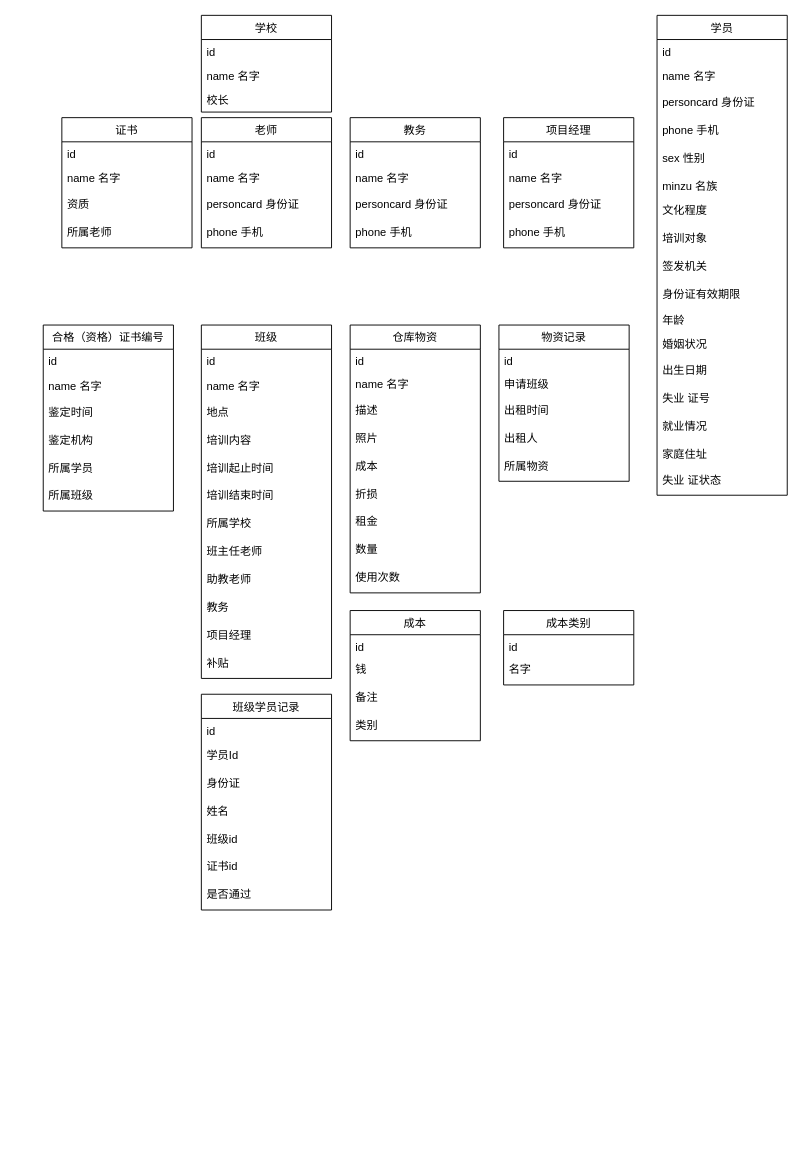
The draw.io diagram 学校数据关系.drawio in ayolyy/draw, before the edit. Source tidied: cells renumbered, new cells numbered last; positions are measured from the earlier drawing's top-left corner, leaving out a move shared by most shapes. Both pictures are drawn from the tidied source at 93%, with x=0, y=0 at pixel (43, 15).
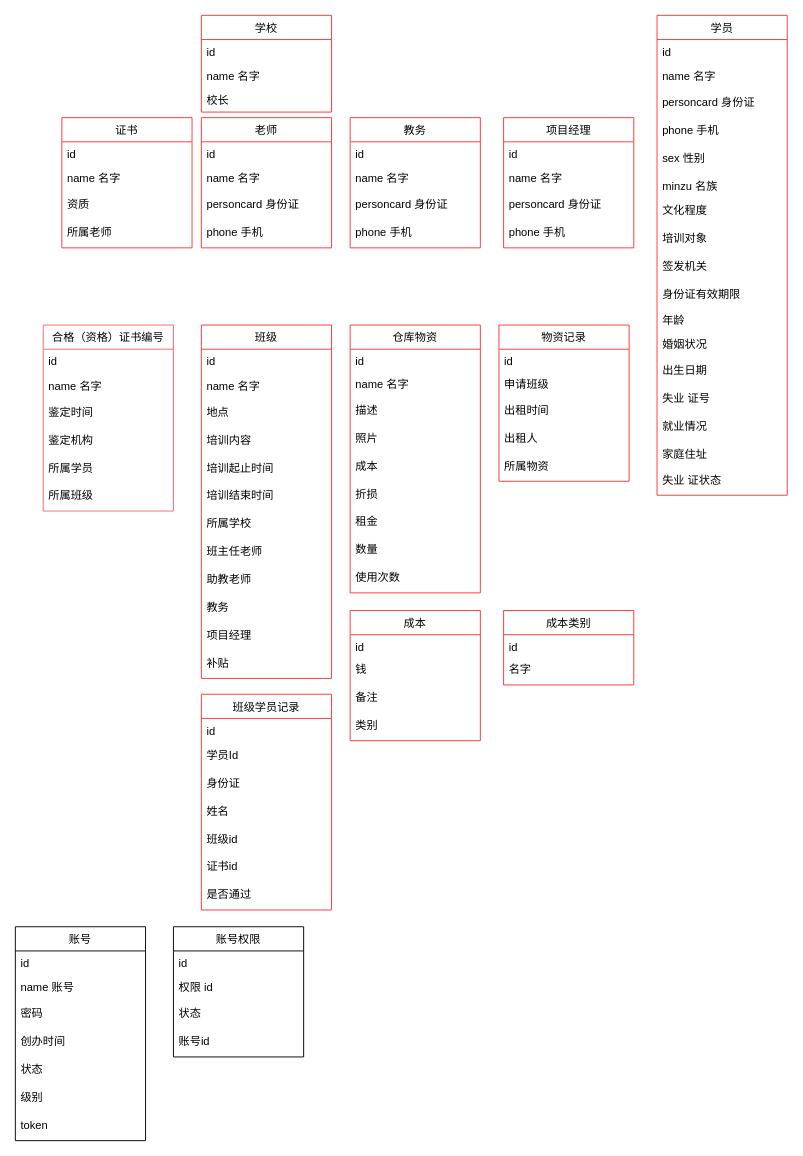
After the change.

Commit message:
更新学校数据关系.drawio

Change to the diagram source:
```diff
@@
-    <mxCell id="2" value="学校" style="swimlane;fontStyle=0;horizontal=1;startSize=26;fillColor=none;" parent="1" vertex="1">
+    <mxCell id="2" value="学校" style="swimlane;fontStyle=0;horizontal=1;startSize=26;fillColor=none;strokeColor=#FF3333;" parent="1" vertex="1">
       <mxGeometry x="170" width="140" height="104" as="geometry" />
     </mxCell>
@@
-    <mxCell id="6" value="老师" style="swimlane;fontStyle=0;horizontal=1;startSize=26;fillColor=none;" parent="1" vertex="1">
+    <mxCell id="6" value="老师" style="swimlane;fontStyle=0;horizontal=1;startSize=26;fillColor=none;strokeColor=#FF3333;" parent="1" vertex="1">
       <mxGeometry x="170" y="110" width="140" height="140" as="geometry" />
     </mxCell>
@@
-    <mxCell id="11" value="教务" style="swimlane;fontStyle=0;horizontal=1;startSize=26;fillColor=none;" parent="1" vertex="1">
+    <mxCell id="11" value="教务" style="swimlane;fontStyle=0;horizontal=1;startSize=26;fillColor=none;strokeColor=#FF3333;" parent="1" vertex="1">
       <mxGeometry x="330" y="110" width="140" height="140" as="geometry" />
     </mxCell>
@@
-    <mxCell id="16" value="学员" style="swimlane;fontStyle=0;horizontal=1;startSize=26;fillColor=none;" parent="1" vertex="1">
+    <mxCell id="16" value="学员" style="swimlane;fontStyle=0;horizontal=1;startSize=26;fillColor=none;strokeColor=#FF3333;" parent="1" vertex="1">
       <mxGeometry x="660" width="140" height="516" as="geometry" />
     </mxCell>
@@
-    <mxCell id="34" value="合格（资格）证书编号" style="swimlane;fontStyle=0;horizontal=1;startSize=26;fillColor=none;" parent="1" vertex="1">
+    <mxCell id="34" value="合格（资格）证书编号" style="swimlane;fontStyle=0;horizontal=1;startSize=26;fillColor=none;strokeColor=#FF6666;" parent="1" vertex="1">
       <mxGeometry y="333" width="140" height="200" as="geometry" />
     </mxCell>
@@
-    <mxCell id="41" value="项目经理" style="swimlane;fontStyle=0;horizontal=1;startSize=26;fillColor=none;" parent="1" vertex="1">
+    <mxCell id="41" value="项目经理" style="swimlane;fontStyle=0;horizontal=1;startSize=26;fillColor=none;strokeColor=#FF3333;" parent="1" vertex="1">
       <mxGeometry x="495" y="110" width="140" height="140" as="geometry" />
     </mxCell>
@@
-    <mxCell id="46" value="班级" style="swimlane;fontStyle=0;horizontal=1;startSize=26;fillColor=none;" parent="1" vertex="1">
+    <mxCell id="46" value="班级" style="swimlane;fontStyle=0;horizontal=1;startSize=26;fillColor=none;strokeColor=#FF3333;" parent="1" vertex="1">
       <mxGeometry x="170" y="333" width="140" height="380" as="geometry" />
     </mxCell>
@@
-    <mxCell id="59" value="仓库物资" style="swimlane;fontStyle=0;horizontal=1;startSize=26;fillColor=none;" parent="1" vertex="1">
+    <mxCell id="59" value="仓库物资" style="swimlane;fontStyle=0;horizontal=1;startSize=26;fillColor=none;strokeColor=#FF3333;" parent="1" vertex="1">
       <mxGeometry x="330" y="333" width="140" height="288" as="geometry" />
     </mxCell>
@@
-    <mxCell id="69" value="物资记录" style="swimlane;fontStyle=0;horizontal=1;startSize=26;fillColor=none;" parent="1" vertex="1">
+    <mxCell id="69" value="物资记录" style="swimlane;fontStyle=0;horizontal=1;startSize=26;fillColor=none;strokeColor=#FF3333;" parent="1" vertex="1">
       <mxGeometry x="490" y="333" width="140" height="168" as="geometry" />
     </mxCell>
@@
-    <mxCell id="75" value="成本" style="swimlane;fontStyle=0;horizontal=1;startSize=26;fillColor=none;" parent="1" vertex="1">
+    <mxCell id="75" value="成本" style="swimlane;fontStyle=0;horizontal=1;startSize=26;fillColor=none;strokeColor=#FF3333;" parent="1" vertex="1">
       <mxGeometry x="330" y="640" width="140" height="140" as="geometry" />
     </mxCell>
@@
-    <mxCell id="80" value="成本类别" style="swimlane;fontStyle=0;horizontal=1;startSize=26;fillColor=none;" parent="1" vertex="1">
+    <mxCell id="80" value="成本类别" style="swimlane;fontStyle=0;horizontal=1;startSize=26;fillColor=none;strokeColor=#FF3333;" parent="1" vertex="1">
       <mxGeometry x="495" y="640" width="140" height="80" as="geometry" />
     </mxCell>
@@
-    <mxCell id="83" value="班级学员记录" style="swimlane;fontStyle=0;horizontal=1;startSize=26;fillColor=none;" parent="1" vertex="1">
+    <mxCell id="83" value="班级学员记录" style="swimlane;fontStyle=0;horizontal=1;startSize=26;fillColor=none;strokeColor=#FF3333;" parent="1" vertex="1">
       <mxGeometry x="170" y="730" width="140" height="232" as="geometry" />
     </mxCell>
@@
-    <mxCell id="91" value="证书" style="swimlane;fontStyle=0;horizontal=1;startSize=26;fillColor=none;" parent="1" vertex="1">
+    <mxCell id="91" value="证书" style="swimlane;fontStyle=0;horizontal=1;startSize=26;fillColor=none;strokeColor=#FF3333;" parent="1" vertex="1">
       <mxGeometry x="20" y="110" width="140" height="140" as="geometry" />
     </mxCell>
@@
+    <mxCell id="96" value="账号" style="swimlane;fontStyle=0;horizontal=1;startSize=26;fillColor=none;" parent="1" vertex="1">
+      <mxGeometry x="-30" y="980" width="140" height="230" as="geometry" />
+    </mxCell>
+    <mxCell id="97" value="id" style="text;strokeColor=none;fillColor=none;align=left;verticalAlign=top;spacingLeft=4;spacingRight=4;overflow=hidden;" parent="96" vertex="1">
+      <mxGeometry y="26" width="140" height="26" as="geometry" />
+    </mxCell>
+    <mxCell id="98" value="name 账号" style="text;strokeColor=none;fillColor=none;align=left;verticalAlign=top;spacingLeft=4;spacingRight=4;overflow=hidden;" parent="96" vertex="1">
+      <mxGeometry y="52" width="140" height="28" as="geometry" />
+    </mxCell>
+    <mxCell id="99" value="密码" style="text;strokeColor=none;fillColor=none;align=left;verticalAlign=top;spacingLeft=4;spacingRight=4;overflow=hidden;" parent="96" vertex="1">
+      <mxGeometry y="80" width="140" height="30" as="geometry" />
+    </mxCell>
+    <mxCell id="100" value="创办时间" style="text;strokeColor=none;fillColor=none;align=left;verticalAlign=top;spacingLeft=4;spacingRight=4;overflow=hidden;" parent="96" vertex="1">
+      <mxGeometry y="110" width="140" height="30" as="geometry" />
+    </mxCell>
+    <mxCell id="101" value="状态" style="text;strokeColor=none;fillColor=none;align=left;verticalAlign=top;spacingLeft=4;spacingRight=4;overflow=hidden;" parent="96" vertex="1">
+      <mxGeometry y="140" width="140" height="30" as="geometry" />
+    </mxCell>
+    <mxCell id="102" value="级别" style="text;strokeColor=none;fillColor=none;align=left;verticalAlign=top;spacingLeft=4;spacingRight=4;overflow=hidden;" parent="96" vertex="1">
+      <mxGeometry y="170" width="140" height="30" as="geometry" />
+    </mxCell>
+    <mxCell id="103" value="token" style="text;strokeColor=none;fillColor=none;align=left;verticalAlign=top;spacingLeft=4;spacingRight=4;overflow=hidden;" parent="96" vertex="1">
+      <mxGeometry y="200" width="140" height="30" as="geometry" />
+    </mxCell>
+    <mxCell id="104" value="账号权限" style="swimlane;fontStyle=0;horizontal=1;startSize=26;fillColor=none;" parent="1" vertex="1">
+      <mxGeometry x="140" y="980" width="140" height="140" as="geometry" />
+    </mxCell>
+    <mxCell id="105" value="id" style="text;strokeColor=none;fillColor=none;align=left;verticalAlign=top;spacingLeft=4;spacingRight=4;overflow=hidden;" parent="104" vertex="1">
+      <mxGeometry y="26" width="140" height="26" as="geometry" />
+    </mxCell>
+    <mxCell id="106" value="权限 id" style="text;strokeColor=none;fillColor=none;align=left;verticalAlign=top;spacingLeft=4;spacingRight=4;overflow=hidden;" parent="104" vertex="1">
+      <mxGeometry y="52" width="140" height="28" as="geometry" />
+    </mxCell>
+    <mxCell id="107" value="状态" style="text;strokeColor=none;fillColor=none;align=left;verticalAlign=top;spacingLeft=4;spacingRight=4;overflow=hidden;" parent="104" vertex="1">
+      <mxGeometry y="80" width="140" height="30" as="geometry" />
+    </mxCell>
+    <mxCell id="108" value="账号id" style="text;strokeColor=none;fillColor=none;align=left;verticalAlign=top;spacingLeft=4;spacingRight=4;overflow=hidden;" parent="104" vertex="1">
+      <mxGeometry y="110" width="140" height="30" as="geometry" />
+    </mxCell>
```
